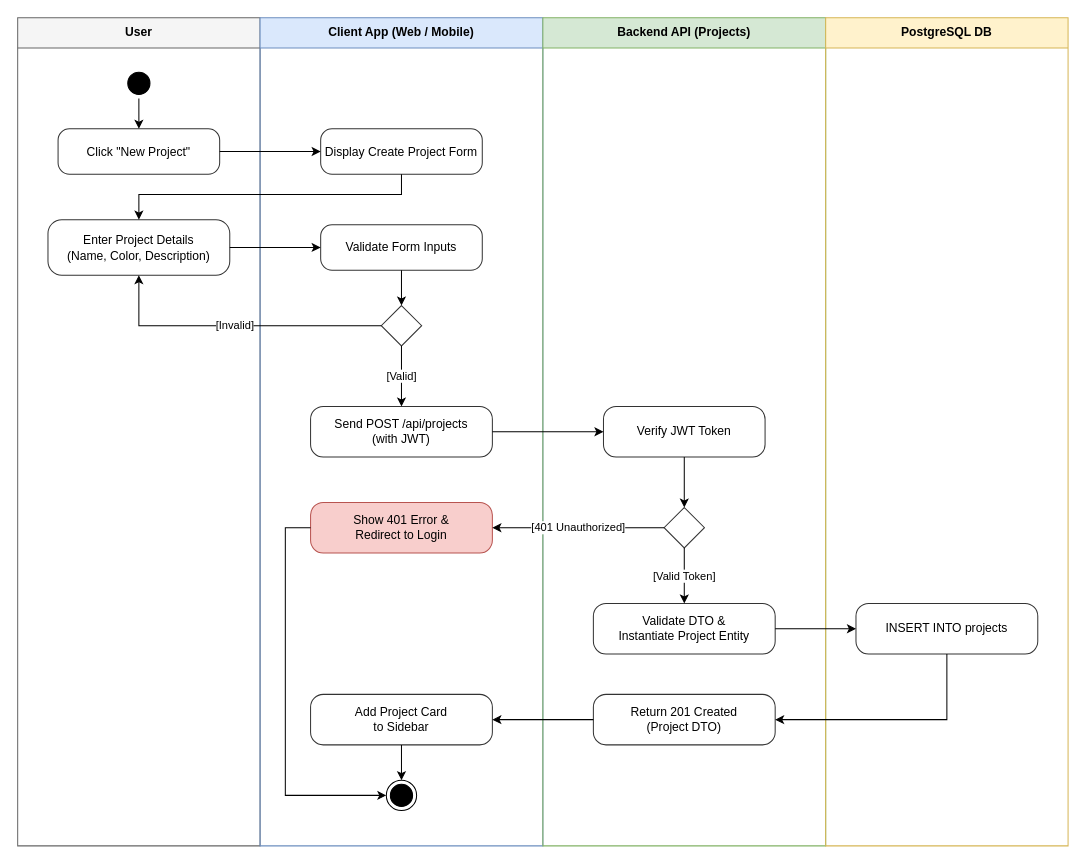
The draw.io diagram docs/diagrams/activity/create-project.drawio in ammar-elmesaly/miqat, before the edit. Source tidied: cells renumbered, new cells numbered last; positions are measured from the earlier drawing's top-left corner, leaving out a move shared by most shapes. Both pictures are drawn from the tidied source at 101%, with x=0, y=0 at pixel (17, 17).
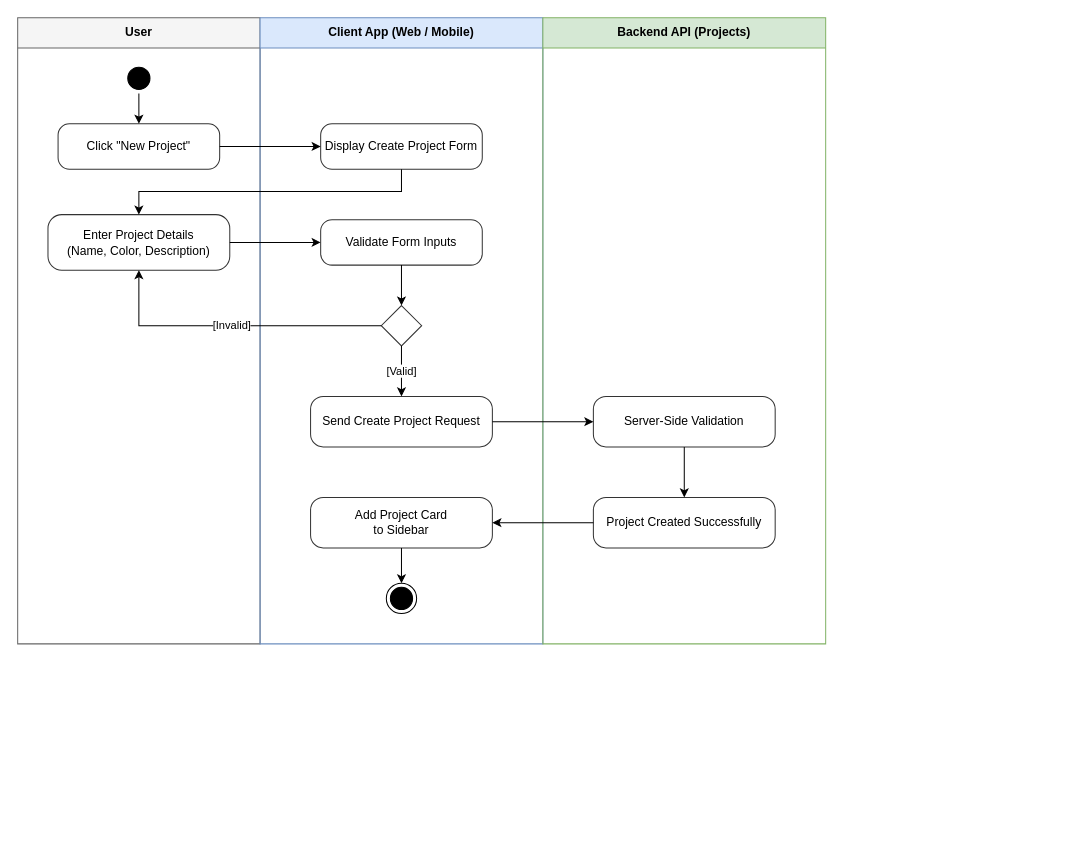
The same page after the edit.

Unchanged cells that the change refers to:
```xml
<mxCell id="9" style="rhombus;whiteSpace=wrap;html=1;fillColor=#ffffff;strokeColor=#333333;" parent="6" vertex="1">
  <mxGeometry x="120" y="285" width="40" height="40" as="geometry" />
</mxCell>
```

The edit, as a diff of the source:
```diff
@@
     <mxCell id="2" value="User" style="swimlane;whiteSpace=wrap;html=1;startSize=30;fillColor=#f5f5f5;strokeColor=#666666;fontStyle=1;" parent="1" vertex="1">
-      <mxGeometry width="240" height="820" as="geometry" />
+      <mxGeometry width="240" height="620" as="geometry" />
     </mxCell>
+    <mxCell id="6" value="Client App (Web / Mobile)" style="swimlane;whiteSpace=wrap;html=1;startSize=30;fillColor=#dae8fc;strokeColor=#6c8ebf;fontStyle=1;" parent="1" vertex="1">
+      <mxGeometry x="240" width="280" height="620" as="geometry" />
+    </mxCell>
+    <mxCell id="14" value="Backend API (Projects)" style="swimlane;whiteSpace=wrap;html=1;startSize=30;fillColor=#d5e8d4;strokeColor=#82b366;fontStyle=1;" parent="1" vertex="1">
+      <mxGeometry x="520" width="280" height="620" as="geometry" />
+    </mxCell>
     <mxCell id="3" style="ellipse;html=1;shape=startState;fillColor=#000000;strokeColor=#000000;" parent="2" vertex="1">
-      <mxGeometry x="105" y="50" width="30" height="30" as="geometry" />
+      <mxGeometry x="105" y="45" width="30" height="30" as="geometry" />
     </mxCell>
     <mxCell id="4" value="Click &quot;New Project&quot;" style="rounded=1;whiteSpace=wrap;html=1;arcSize=25;fillColor=#ffffff;strokeColor=#333333;" parent="2" vertex="1">
-      <mxGeometry x="40" y="110" width="160" height="45" as="geometry" />
+      <mxGeometry x="40" y="105" width="160" height="45" as="geometry" />
     </mxCell>
     <mxCell id="5" value="Enter Project Details&#10;(Name, Color, Description)" style="rounded=1;whiteSpace=wrap;html=1;arcSize=25;fillColor=#ffffff;strokeColor=#333333;" parent="2" vertex="1">
-      <mxGeometry x="30" y="200" width="180" height="55" as="geometry" />
+      <mxGeometry x="30" y="195" width="180" height="55" as="geometry" />
     </mxCell>
-    <mxCell id="6" value="Client App (Web / Mobile)" style="swimlane;whiteSpace=wrap;html=1;startSize=30;fillColor=#dae8fc;strokeColor=#6c8ebf;fontStyle=1;" parent="1" vertex="1">
-      <mxGeometry x="240" width="280" height="820" as="geometry" />
-    </mxCell>
     <mxCell id="7" value="Display Create Project Form" style="rounded=1;whiteSpace=wrap;html=1;arcSize=25;fillColor=#ffffff;strokeColor=#333333;" parent="6" vertex="1">
-      <mxGeometry x="60" y="110" width="160" height="45" as="geometry" />
+      <mxGeometry x="60" y="105" width="160" height="45" as="geometry" />
     </mxCell>
     <mxCell id="8" value="Validate Form Inputs" style="rounded=1;whiteSpace=wrap;html=1;arcSize=25;fillColor=#ffffff;strokeColor=#333333;" parent="6" vertex="1">
-      <mxGeometry x="60" y="205" width="160" height="45" as="geometry" />
+      <mxGeometry x="60" y="200" width="160" height="45" as="geometry" />
     </mxCell>
@@
-    <mxCell id="10" value="Send POST /api/projects&#10;(with JWT)" style="rounded=1;whiteSpace=wrap;html=1;arcSize=25;fillColor=#ffffff;strokeColor=#333333;" parent="6" vertex="1">
-      <mxGeometry x="50" y="385" width="180" height="50" as="geometry" />
-    </mxCell>
-    <mxCell id="11" value="Show 401 Error &amp;&#10;Redirect to Login" style="rounded=1;whiteSpace=wrap;html=1;arcSize=25;fillColor=#f8cecc;strokeColor=#b85450;" parent="6" vertex="1">
-      <mxGeometry x="50" y="480" width="180" height="50" as="geometry" />
-    </mxCell>
+    <mxCell id="37" value="Send Create Project Request" style="rounded=1;whiteSpace=wrap;html=1;arcSize=25;fillColor=#ffffff;strokeColor=#333333;" parent="6" vertex="1">
+      <mxGeometry x="50" y="375" width="180" height="50" as="geometry" />
+    </mxCell>
     <mxCell id="12" value="Add Project Card&#10;to Sidebar" style="rounded=1;whiteSpace=wrap;html=1;arcSize=25;fillColor=#ffffff;strokeColor=#333333;" parent="6" vertex="1">
-      <mxGeometry x="50" y="670" width="180" height="50" as="geometry" />
+      <mxGeometry x="50" y="475" width="180" height="50" as="geometry" />
     </mxCell>
     <mxCell id="13" style="ellipse;html=1;shape=endState;fillColor=#000000;strokeColor=#000000;" parent="6" vertex="1">
-      <mxGeometry x="125" y="755" width="30" height="30" as="geometry" />
+      <mxGeometry x="125" y="560" width="30" height="30" as="geometry" />
     </mxCell>
-    <mxCell id="14" value="Backend API (Projects)" style="swimlane;whiteSpace=wrap;html=1;startSize=30;fillColor=#d5e8d4;strokeColor=#82b366;fontStyle=1;" parent="1" vertex="1">
-      <mxGeometry x="520" width="280" height="820" as="geometry" />
-    </mxCell>
-    <mxCell id="15" value="Verify JWT Token" style="rounded=1;whiteSpace=wrap;html=1;arcSize=25;fillColor=#ffffff;strokeColor=#333333;" parent="14" vertex="1">
-      <mxGeometry x="60" y="385" width="160" height="50" as="geometry" />
-    </mxCell>
-    <mxCell id="16" style="rhombus;whiteSpace=wrap;html=1;fillColor=#ffffff;strokeColor=#333333;" parent="14" vertex="1">
-      <mxGeometry x="120" y="485" width="40" height="40" as="geometry" />
-    </mxCell>
-    <mxCell id="17" value="Validate DTO &amp;&#10;Instantiate Project Entity" style="rounded=1;whiteSpace=wrap;html=1;arcSize=25;fillColor=#ffffff;strokeColor=#333333;" parent="14" vertex="1">
-      <mxGeometry x="50" y="580" width="180" height="50" as="geometry" />
-    </mxCell>
-    <mxCell id="18" value="Return 201 Created&#10;(Project DTO)" style="rounded=1;whiteSpace=wrap;html=1;arcSize=25;fillColor=#ffffff;strokeColor=#333333;" parent="14" vertex="1">
-      <mxGeometry x="50" y="670" width="180" height="50" as="geometry" />
-    </mxCell>
-    <mxCell id="19" value="PostgreSQL DB" style="swimlane;whiteSpace=wrap;html=1;startSize=30;fillColor=#fff2cc;strokeColor=#d6b656;fontStyle=1;" parent="1" vertex="1">
-      <mxGeometry x="800" width="240" height="820" as="geometry" />
-    </mxCell>
-    <mxCell id="20" value="INSERT INTO projects" style="rounded=1;whiteSpace=wrap;html=1;arcSize=25;fillColor=#ffffff;strokeColor=#333333;" parent="19" vertex="1">
-      <mxGeometry x="30" y="580" width="180" height="50" as="geometry" />
-    </mxCell>
+    <mxCell id="38" value="Server-Side Validation" style="rounded=1;whiteSpace=wrap;html=1;arcSize=25;fillColor=#ffffff;strokeColor=#333333;" parent="14" vertex="1">
+      <mxGeometry x="50" y="375" width="180" height="50" as="geometry" />
+    </mxCell>
+    <mxCell id="39" value="Project Created Successfully" style="rounded=1;whiteSpace=wrap;html=1;arcSize=25;fillColor=#ffffff;strokeColor=#333333;" parent="14" vertex="1">
+      <mxGeometry x="50" y="475" width="180" height="50" as="geometry" />
+    </mxCell>
@@
     <mxCell id="23" style="edgeStyle=orthogonalEdgeStyle;rounded=0;html=1;exitX=0.5;exitY=1;entryX=0.5;entryY=0;" parent="1" edge="1" source="7" target="5">
       <mxGeometry relative="1" as="geometry">
         <Array as="points">
-          <mxPoint x="380" y="175" />
-          <mxPoint x="120" y="175" />
+          <mxPoint x="380" y="172" />
+          <mxPoint x="120" y="172" />
         </Array>
       </mxGeometry>
     </mxCell>
@@
-    <mxCell id="27" value="[Valid]" style="edgeStyle=orthogonalEdgeStyle;rounded=0;html=1;" parent="1" edge="1" source="9" target="10">
+    <mxCell id="27" value="[Valid]" style="edgeStyle=orthogonalEdgeStyle;rounded=0;html=1;" parent="1" edge="1" source="9" target="37">
       <mxGeometry relative="1" as="geometry" />
     </mxCell>
-    <mxCell id="28" style="edgeStyle=orthogonalEdgeStyle;rounded=0;html=1;" parent="1" edge="1" source="10" target="15">
+    <mxCell id="28" style="edgeStyle=orthogonalEdgeStyle;rounded=0;html=1;" parent="1" edge="1" source="37" target="38">
       <mxGeometry relative="1" as="geometry" />
     </mxCell>
-    <mxCell id="29" style="edgeStyle=orthogonalEdgeStyle;rounded=0;html=1;" parent="1" edge="1" source="15" target="16">
+    <mxCell id="29" style="edgeStyle=orthogonalEdgeStyle;rounded=0;html=1;" parent="1" edge="1" source="38" target="39">
       <mxGeometry relative="1" as="geometry" />
     </mxCell>
-    <mxCell id="30" value="[401 Unauthorized]" style="edgeStyle=orthogonalEdgeStyle;rounded=0;html=1;" parent="1" edge="1" source="16" target="11">
+    <mxCell id="30" style="edgeStyle=orthogonalEdgeStyle;rounded=0;html=1;" parent="1" edge="1" source="39" target="12">
       <mxGeometry relative="1" as="geometry" />
     </mxCell>
-    <mxCell id="31" value="[Valid Token]" style="edgeStyle=orthogonalEdgeStyle;rounded=0;html=1;" parent="1" edge="1" source="16" target="17">
+    <mxCell id="31" style="edgeStyle=orthogonalEdgeStyle;rounded=0;html=1;" parent="1" edge="1" source="12" target="13">
       <mxGeometry relative="1" as="geometry" />
     </mxCell>
-    <mxCell id="32" style="edgeStyle=orthogonalEdgeStyle;rounded=0;html=1;" parent="1" edge="1" source="17" target="20">
-      <mxGeometry relative="1" as="geometry" />
-    </mxCell>
-    <mxCell id="33" style="edgeStyle=orthogonalEdgeStyle;rounded=0;html=1;exitX=0.5;exitY=1;entryX=1;entryY=0.5;" parent="1" edge="1" source="20" target="18">
-      <mxGeometry relative="1" as="geometry">
-        <Array as="points">
-          <mxPoint x="920" y="695" />
-        </Array>
-      </mxGeometry>
-    </mxCell>
-    <mxCell id="34" style="edgeStyle=orthogonalEdgeStyle;rounded=0;html=1;" parent="1" edge="1" source="18" target="12">
-      <mxGeometry relative="1" as="geometry" />
-    </mxCell>
-    <mxCell id="35" style="edgeStyle=orthogonalEdgeStyle;rounded=0;html=1;" parent="1" edge="1" source="12" target="13">
-      <mxGeometry relative="1" as="geometry" />
-    </mxCell>
-    <mxCell id="36" style="edgeStyle=orthogonalEdgeStyle;rounded=0;html=1;exitX=0;exitY=0.5;entryX=0;entryY=0.5;" parent="1" edge="1" source="11" target="13">
-      <mxGeometry relative="1" as="geometry">
-        <Array as="points">
-          <mxPoint x="265" y="505" />
-          <mxPoint x="265" y="770" />
-        </Array>
-      </mxGeometry>
-    </mxCell>
```
